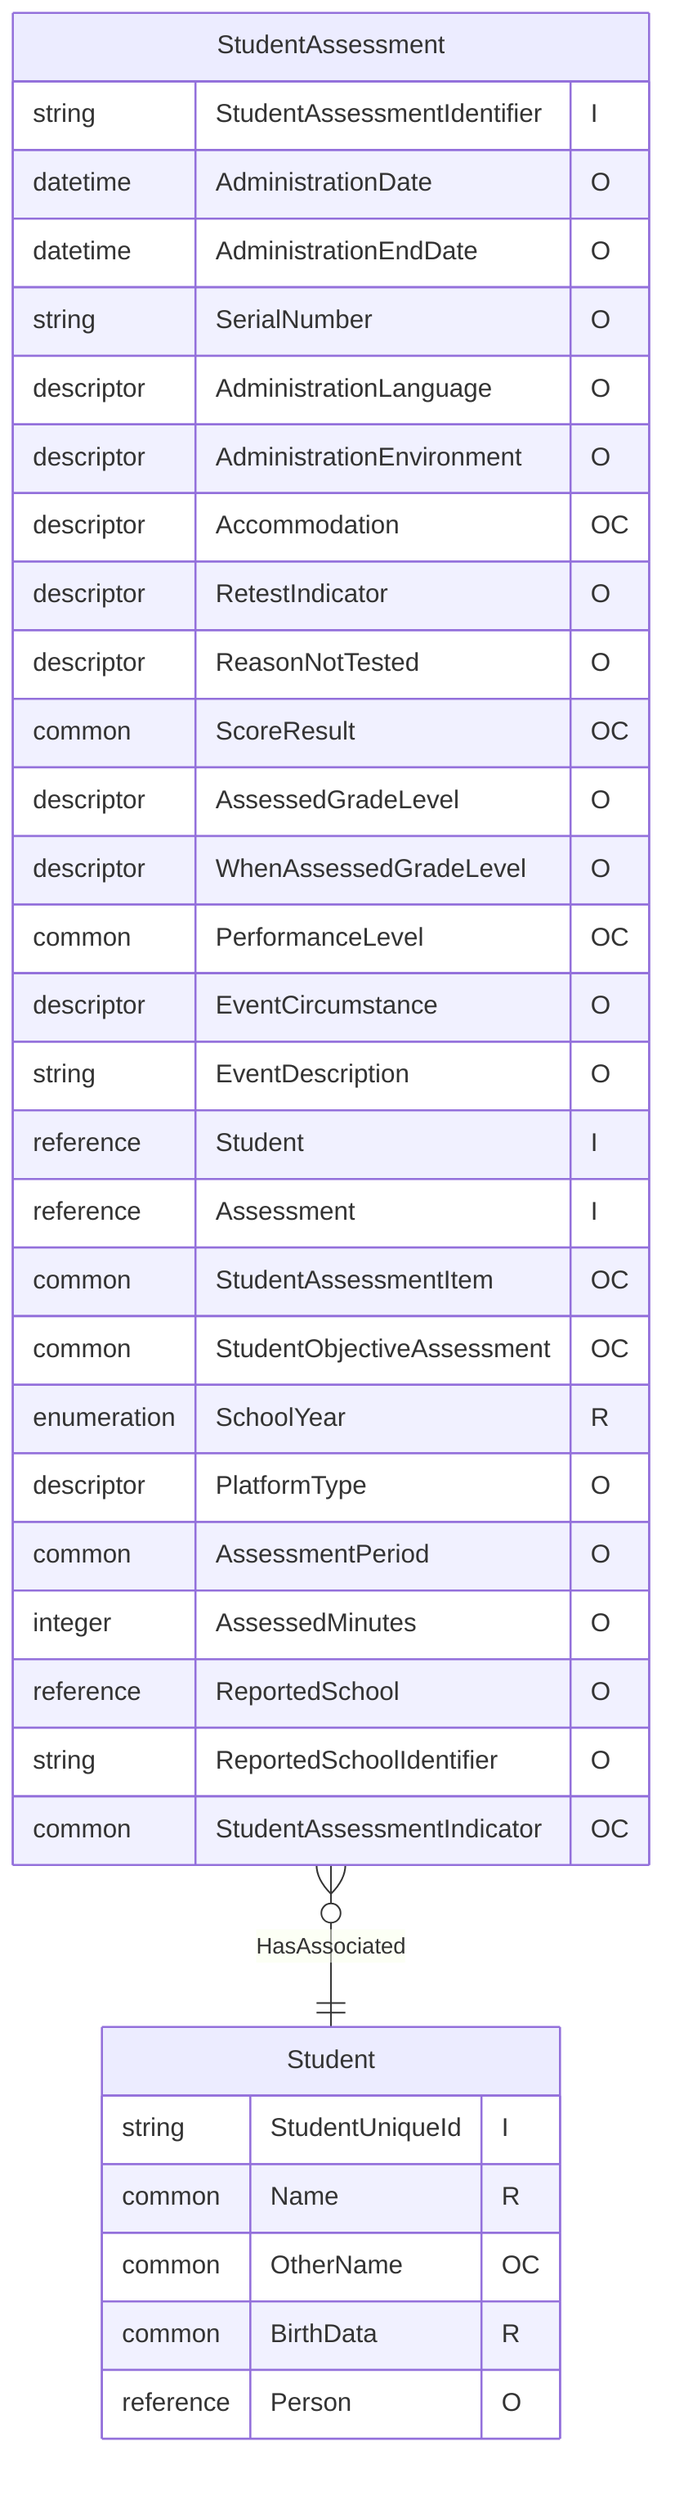
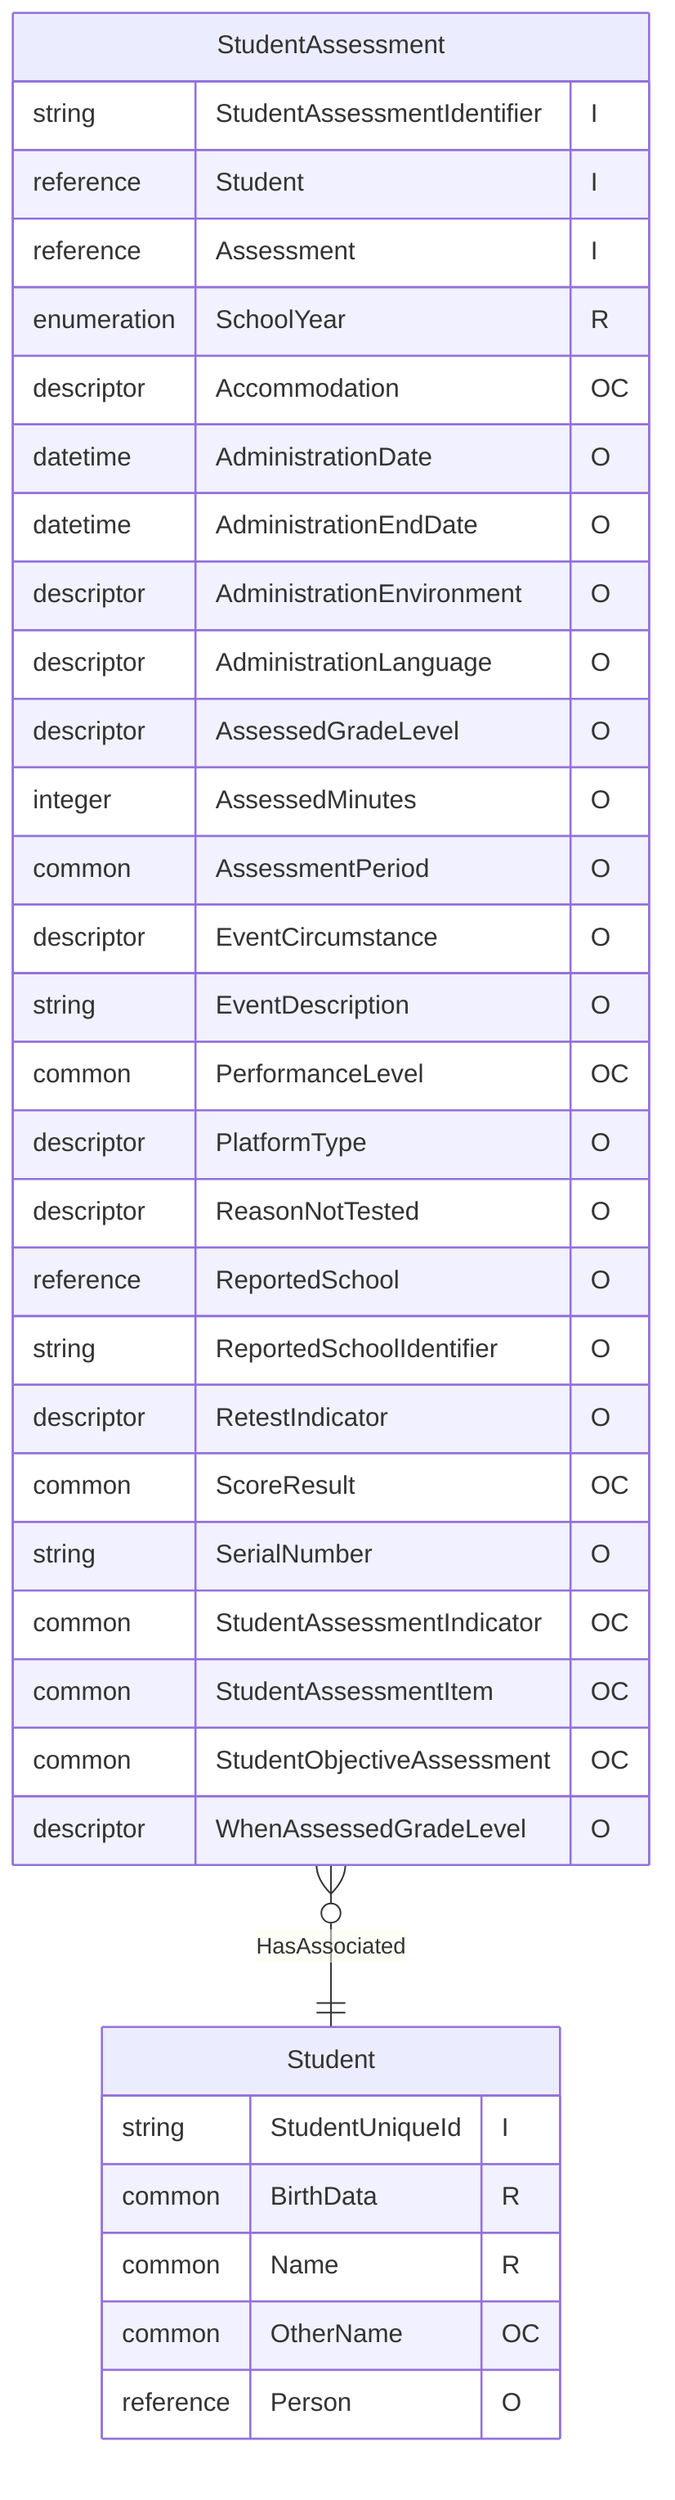
﻿erDiagram
    Student {
        string StudentUniqueId "I"
+         common BirthData "R"
        common Name "R"
        common OtherName "OC"
-         common BirthData "R"
        reference Person "O"
    }
    StudentAssessment {
        string StudentAssessmentIdentifier "I"
+         reference Student "I"
+ 		reference Assessment "I"
+         enumeration SchoolYear "R"
+         descriptor Accommodation "OC"
        datetime AdministrationDate "O"
        datetime AdministrationEndDate "O"
-         string SerialNumber "O"
+         descriptor AdministrationEnvironment "O"
        descriptor AdministrationLanguage "O"
-         descriptor AdministrationEnvironment "O"
-         descriptor Accommodation "OC"
-         descriptor RetestIndicator "O"
-         descriptor ReasonNotTested "O"
-         common ScoreResult "OC"
        descriptor AssessedGradeLevel "O"
-         descriptor WhenAssessedGradeLevel "O"
-         common PerformanceLevel "OC"
+         integer AssessedMinutes "O"
+         common AssessmentPeriod "O"
        descriptor EventCircumstance "O"
        string EventDescription "O"
-         reference Student "I"
-         reference Assessment "I"
+         common PerformanceLevel "OC"
+         descriptor PlatformType "O"
+         descriptor ReasonNotTested "O"
+         reference ReportedSchool "O"
+         string ReportedSchoolIdentifier "O"
+         descriptor RetestIndicator "O"
+         common ScoreResult "OC"
+         string SerialNumber "O"
+         common StudentAssessmentIndicator "OC"
        common StudentAssessmentItem "OC"
        common StudentObjectiveAssessment "OC"
-         enumeration SchoolYear "R"
-         descriptor PlatformType "O"
-         common AssessmentPeriod "O"
-         integer AssessedMinutes "O"
-         reference ReportedSchool "O"
-         string ReportedSchoolIdentifier "O"
-         common StudentAssessmentIndicator "OC"
+         descriptor WhenAssessedGradeLevel "O"
    }
    StudentAssessment }o--|| Student : "HasAssociated"
